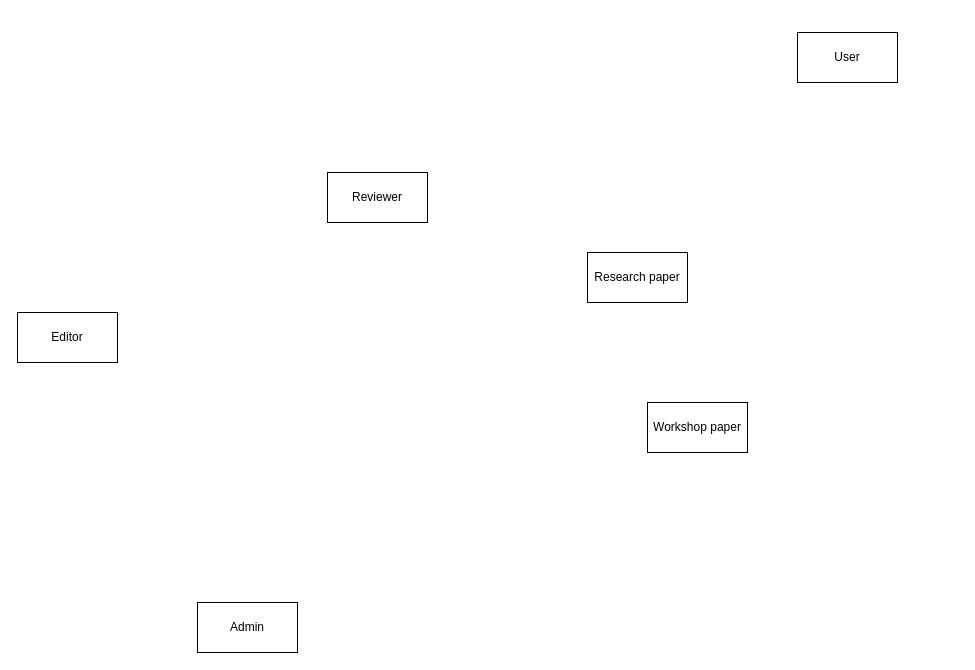
This is diagrams/ER.drawio from matthew-sliit/conferencemgtool, a draw.io file, before an edit. Source tidied: cells renumbered, new cells numbered last; positions are measured from the earlier drawing's top-left corner, leaving out a move shared by most shapes. Both pictures are drawn from the tidied source at 100%, with x=0, y=0 at pixel (17, 32).
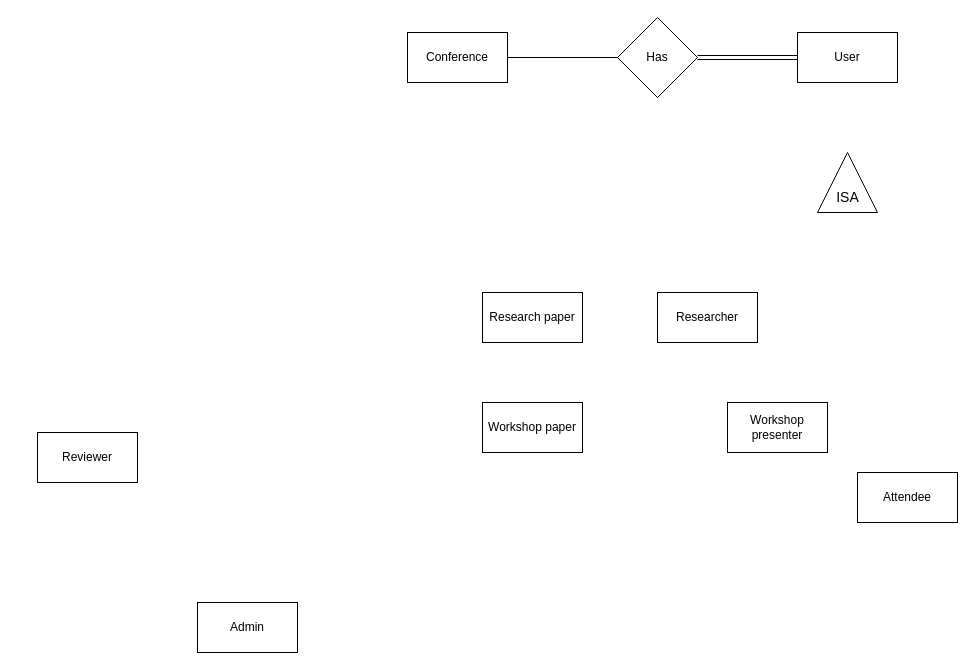
After the change.

Change to the diagram source:
```diff
@@
 <mxGraphModel>
   <root>
     <mxCell id="0" />
     <mxCell id="1" parent="0" />
     <mxCell id="2" value="User" style="rounded=0;whiteSpace=wrap;html=1;" parent="1" vertex="1">
       <mxGeometry x="780" width="100" height="50" as="geometry" />
     </mxCell>
     <mxCell id="3" value="Research paper" style="rounded=0;whiteSpace=wrap;html=1;" parent="1" vertex="1">
-      <mxGeometry x="570" y="220" width="100" height="50" as="geometry" />
+      <mxGeometry x="465" y="260" width="100" height="50" as="geometry" />
     </mxCell>
     <mxCell id="4" value="Workshop paper" style="rounded=0;whiteSpace=wrap;html=1;" parent="1" vertex="1">
-      <mxGeometry x="630" y="370" width="100" height="50" as="geometry" />
+      <mxGeometry x="465" y="370" width="100" height="50" as="geometry" />
     </mxCell>
     <mxCell id="5" value="Reviewer" style="rounded=0;whiteSpace=wrap;html=1;" parent="1" vertex="1">
-      <mxGeometry x="310" y="140" width="100" height="50" as="geometry" />
+      <mxGeometry x="20" y="400" width="100" height="50" as="geometry" />
     </mxCell>
-    <mxCell id="6" value="Editor" style="rounded=0;whiteSpace=wrap;html=1;" parent="1" vertex="1">
-      <mxGeometry y="280" width="100" height="50" as="geometry" />
+    <mxCell id="6" value="Conference" style="rounded=0;whiteSpace=wrap;html=1;" parent="1" vertex="1">
+      <mxGeometry x="390" width="100" height="50" as="geometry" />
     </mxCell>
     <mxCell id="7" value="Admin" style="rounded=0;whiteSpace=wrap;html=1;" parent="1" vertex="1">
       <mxGeometry x="180" y="570" width="100" height="50" as="geometry" />
     </mxCell>
+    <mxCell id="8" value="Researcher" style="rounded=0;whiteSpace=wrap;html=1;" parent="1" vertex="1">
+      <mxGeometry x="640" y="260" width="100" height="50" as="geometry" />
+    </mxCell>
+    <mxCell id="9" value="Workshop presenter" style="rounded=0;whiteSpace=wrap;html=1;" parent="1" vertex="1">
+      <mxGeometry x="710" y="370" width="100" height="50" as="geometry" />
+    </mxCell>
+    <mxCell id="10" style="triangle;whiteSpace=wrap;html=1;rotation=-90;" parent="1" vertex="1">
+      <mxGeometry x="800" y="120" width="60" height="60" as="geometry" />
+    </mxCell>
+    <mxCell id="11" value="&lt;font style=&quot;font-size: 14px&quot;&gt;ISA&lt;/font&gt;" style="text;html=1;align=center;verticalAlign=middle;strokeColor=none;" parent="1" vertex="1">
+      <mxGeometry x="810" y="155" width="40" height="20" as="geometry" />
+    </mxCell>
+    <mxCell id="12" value="Attendee" style="rounded=0;whiteSpace=wrap;html=1;" parent="1" vertex="1">
+      <mxGeometry x="840" y="440" width="100" height="50" as="geometry" />
+    </mxCell>
+    <mxCell id="13" value="Has" style="rhombus;whiteSpace=wrap;html=1;" parent="1" vertex="1">
+      <mxGeometry x="600" y="-15" width="80" height="80" as="geometry" />
+    </mxCell>
+    <mxCell id="14" style="endArrow=none;html=1;exitX=1;exitY=0.5;exitDx=0;exitDy=0;entryX=0;entryY=0.5;entryDx=0;entryDy=0;" parent="1" edge="1" source="6" target="13">
+      <mxGeometry relative="1" as="geometry" />
+    </mxCell>
+    <mxCell id="15" style="endArrow=none;html=1;exitX=1;exitY=0.5;exitDx=0;exitDy=0;entryX=0;entryY=0.5;entryDx=0;entryDy=0;shape=link;" parent="1" edge="1" source="13" target="2">
+      <mxGeometry relative="1" as="geometry" />
+    </mxCell>
   </root>
 </mxGraphModel>
```
